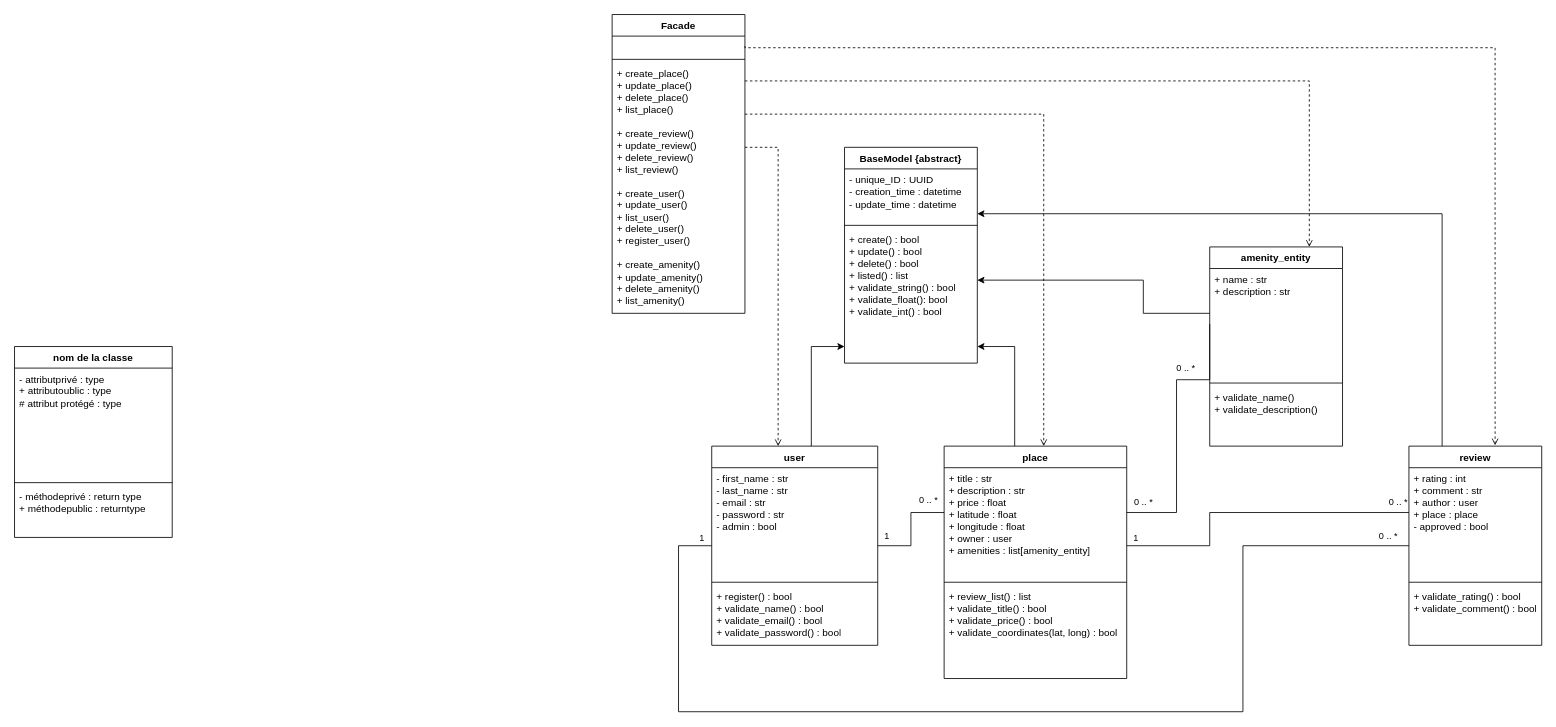
The draw.io diagram class_diagram.drawio in OursBlanc42/holberton_hbnb, before the edit. Source tidied: cells renumbered, new cells numbered last; positions are measured from the earlier drawing's top-left corner, leaving out a move shared by most shapes. Both pictures are drawn from the tidied source at 83%, with x=0, y=0 at pixel (14, 14).
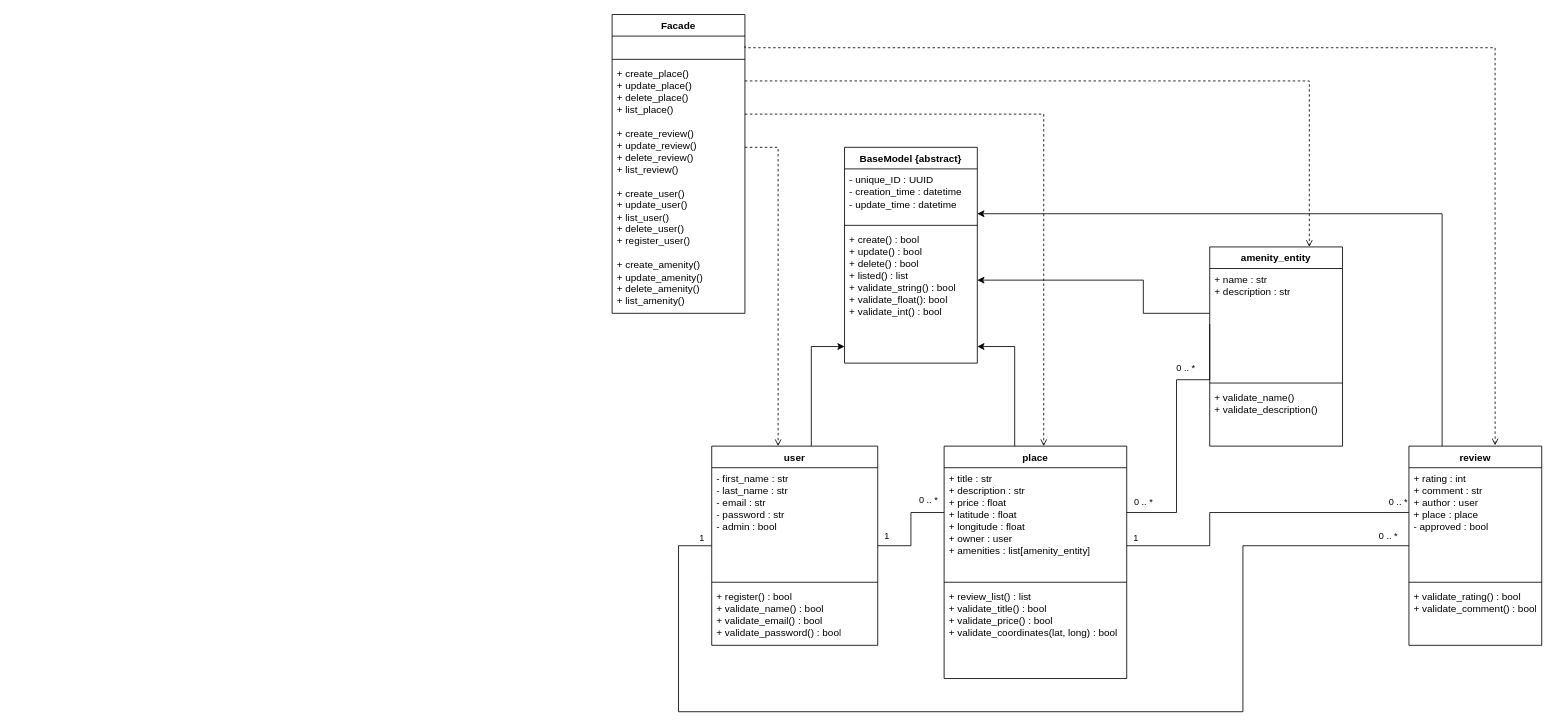
The same diagram, later.

Diff of the diagram source:
```diff
@@
-    <mxCell id="10" value="nom de la classe" style="swimlane;fontStyle=1;align=center;verticalAlign=top;horizontal=1;startSize=26;whiteSpace=wrap;html=1;" parent="1" vertex="1">
-      <mxGeometry y="400" width="190" height="230" as="geometry" />
-    </mxCell>
-    <mxCell id="11" value="- attributprivé : type&lt;div&gt;+ attributoublic : type&lt;/div&gt;&lt;div&gt;# attribut protégé : type&lt;/div&gt;" style="text;strokeColor=none;fillColor=none;align=left;verticalAlign=top;spacingLeft=4;spacingRight=4;overflow=hidden;whiteSpace=wrap;html=1;" parent="10" vertex="1">
-      <mxGeometry y="26" width="190" height="134" as="geometry" />
-    </mxCell>
-    <mxCell id="12" style="line;strokeWidth=1;fillColor=none;align=left;verticalAlign=middle;spacingTop=-1;spacingLeft=3;spacingRight=3;labelPosition=right;strokeColor=inherit;" parent="10" vertex="1">
-      <mxGeometry y="160" width="190" height="8" as="geometry" />
-    </mxCell>
-    <mxCell id="13" value="- méthodeprivé : return type&lt;div&gt;+ méthodepublic : returntype&lt;/div&gt;" style="text;strokeColor=none;fillColor=none;align=left;verticalAlign=top;spacingLeft=4;spacingRight=4;overflow=hidden;whiteSpace=wrap;html=1;" parent="10" vertex="1">
-      <mxGeometry y="168" width="190" height="62" as="geometry" />
-    </mxCell>
```
